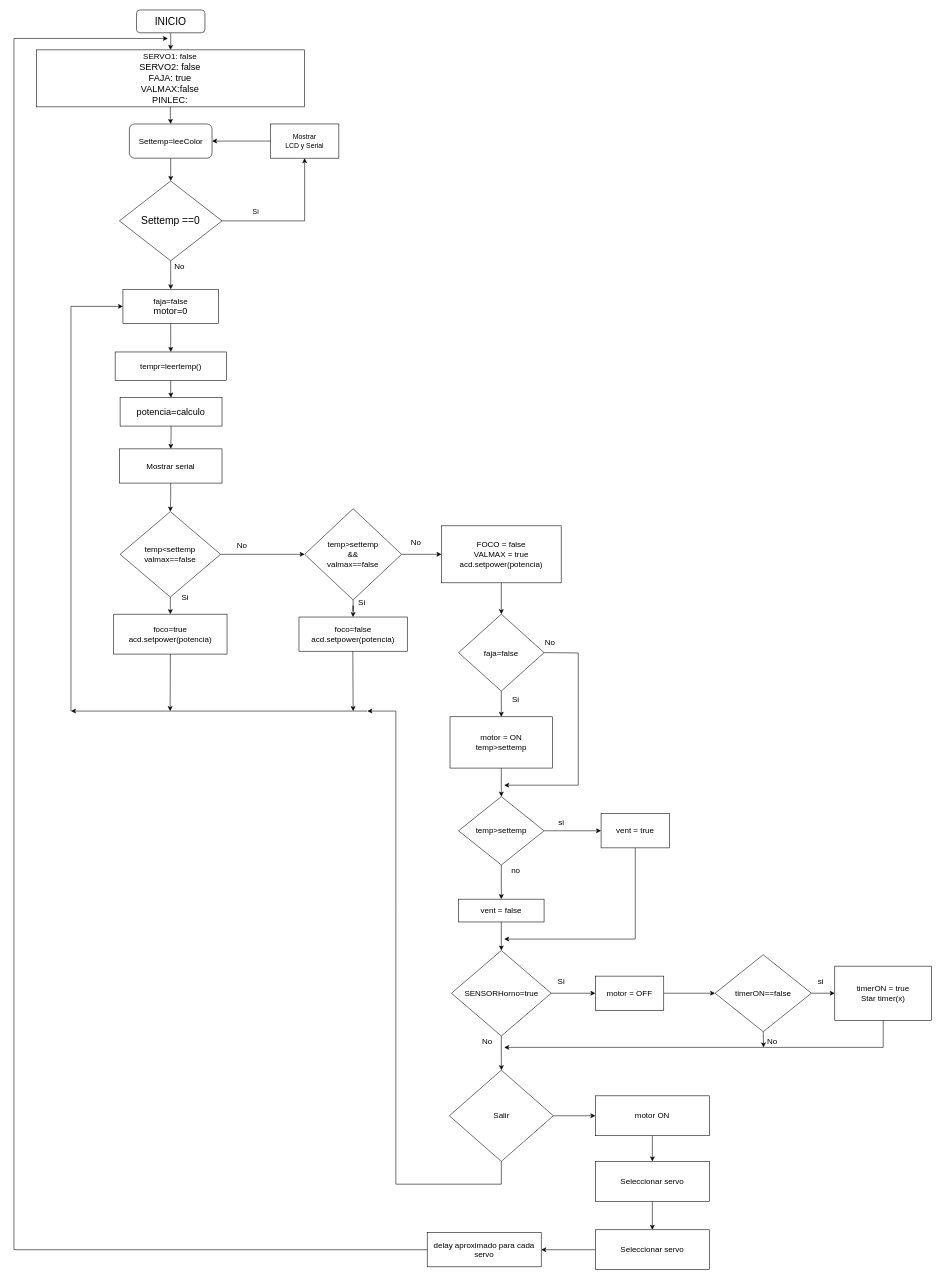
Earlier version of the draw.io diagram Diagrama_d_flujo.drawio (Haroldajnp21/Faja_embebidos_UPAO). Source tidied: cells renumbered, new cells numbered last; positions are measured from the earlier drawing's top-left corner, leaving out a move shared by most shapes. Both pictures are drawn from the tidied source at 57%, with x=0, y=0 at pixel (14, 10).
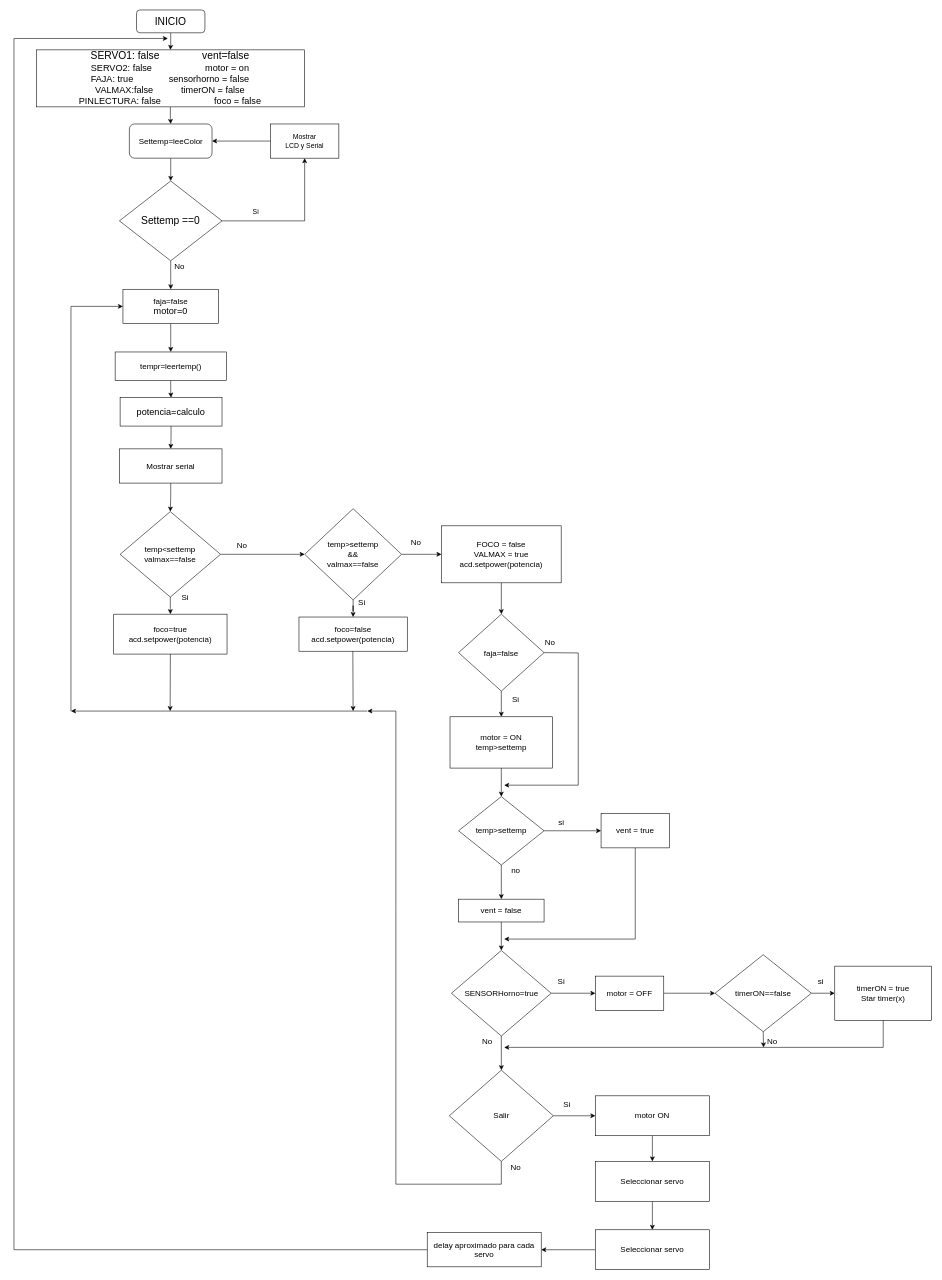
After the change.

Diff of the diagram source:
```diff
@@
-    <mxCell id="5" value="&lt;div&gt;&lt;font style=&quot;font-size: 14px;&quot;&gt;SERVO1: false&lt;br&gt;&lt;/font&gt;&lt;/div&gt;&lt;div&gt;&lt;font size=&quot;3&quot;&gt;SERVO2: false&lt;br&gt;&lt;/font&gt;&lt;/div&gt;&lt;div&gt;&lt;font size=&quot;3&quot;&gt;FAJA: true&lt;br&gt;&lt;/font&gt;&lt;/div&gt;&lt;div&gt;&lt;font size=&quot;3&quot;&gt;VALMAX:false&lt;/font&gt;&lt;/div&gt;&lt;div&gt;&lt;font size=&quot;3&quot;&gt;PINLEC: &lt;br&gt;&lt;/font&gt;&lt;/div&gt;" style="rounded=0;whiteSpace=wrap;html=1;" parent="1" vertex="1">
+    <mxCell id="5" value="&lt;div&gt;&lt;font style=&quot;font-size: 18px;&quot;&gt;&lt;font style=&quot;font-size: 18px;&quot;&gt;SERVO1: false&lt;/font&gt; &amp;nbsp; &amp;nbsp; &amp;nbsp; &amp;nbsp; &amp;nbsp;&amp;nbsp; &amp;nbsp;&amp;nbsp; vent=false&lt;br&gt;&lt;/font&gt;&lt;/div&gt;&lt;div&gt;&lt;font size=&quot;3&quot;&gt;SERVO2: false&amp;nbsp;&amp;nbsp;&amp;nbsp;&amp;nbsp;&amp;nbsp;&amp;nbsp;&amp;nbsp;&amp;nbsp;&amp;nbsp;&amp;nbsp; &amp;nbsp;&amp;nbsp; &amp;nbsp;&amp;nbsp;&amp;nbsp;&amp;nbsp;&amp;nbsp;&amp;nbsp; motor = on &lt;br&gt;&lt;/font&gt;&lt;/div&gt;&lt;div&gt;&lt;font size=&quot;3&quot;&gt;FAJA: true&amp;nbsp;&amp;nbsp;&amp;nbsp;&amp;nbsp;&amp;nbsp;&amp;nbsp;&amp;nbsp;&amp;nbsp;&amp;nbsp;&amp;nbsp;&amp;nbsp;&amp;nbsp;&amp;nbsp; sensorhorno = false &lt;br&gt;&lt;/font&gt;&lt;/div&gt;&lt;div&gt;&lt;font size=&quot;3&quot;&gt;VALMAX:false&amp;nbsp; &amp;nbsp; &amp;nbsp; &amp;nbsp; &amp;nbsp;&amp;nbsp; timerON = false&lt;br&gt;&lt;/font&gt;&lt;/div&gt;&lt;div&gt;&lt;font size=&quot;3&quot;&gt;PINLECTURA: false&amp;nbsp;&amp;nbsp;&amp;nbsp;&amp;nbsp;&amp;nbsp;&amp;nbsp;&amp;nbsp;&amp;nbsp;&amp;nbsp;&amp;nbsp;&amp;nbsp;&amp;nbsp;&amp;nbsp;&amp;nbsp;&amp;nbsp;&amp;nbsp;&amp;nbsp;&amp;nbsp;&amp;nbsp;&amp;nbsp; foco = false&lt;br&gt;&lt;/font&gt;&lt;/div&gt;" style="rounded=0;whiteSpace=wrap;html=1;" parent="1" vertex="1">
       <mxGeometry x="39.4" y="70" width="470" height="100" as="geometry" />
     </mxCell>
@@
+    <mxCell id="82" value="Si" style="text;html=1;align=center;verticalAlign=middle;strokeColor=none;fillColor=none;fontSize=14;" parent="1" vertex="1">
+      <mxGeometry x="950" y="1905" width="40" height="30" as="geometry" />
+    </mxCell>
+    <mxCell id="83" value="No" style="text;html=1;align=center;verticalAlign=middle;strokeColor=none;fillColor=none;fontSize=14;" parent="1" vertex="1">
+      <mxGeometry x="860" y="2015" width="40" height="30" as="geometry" />
+    </mxCell>
```
